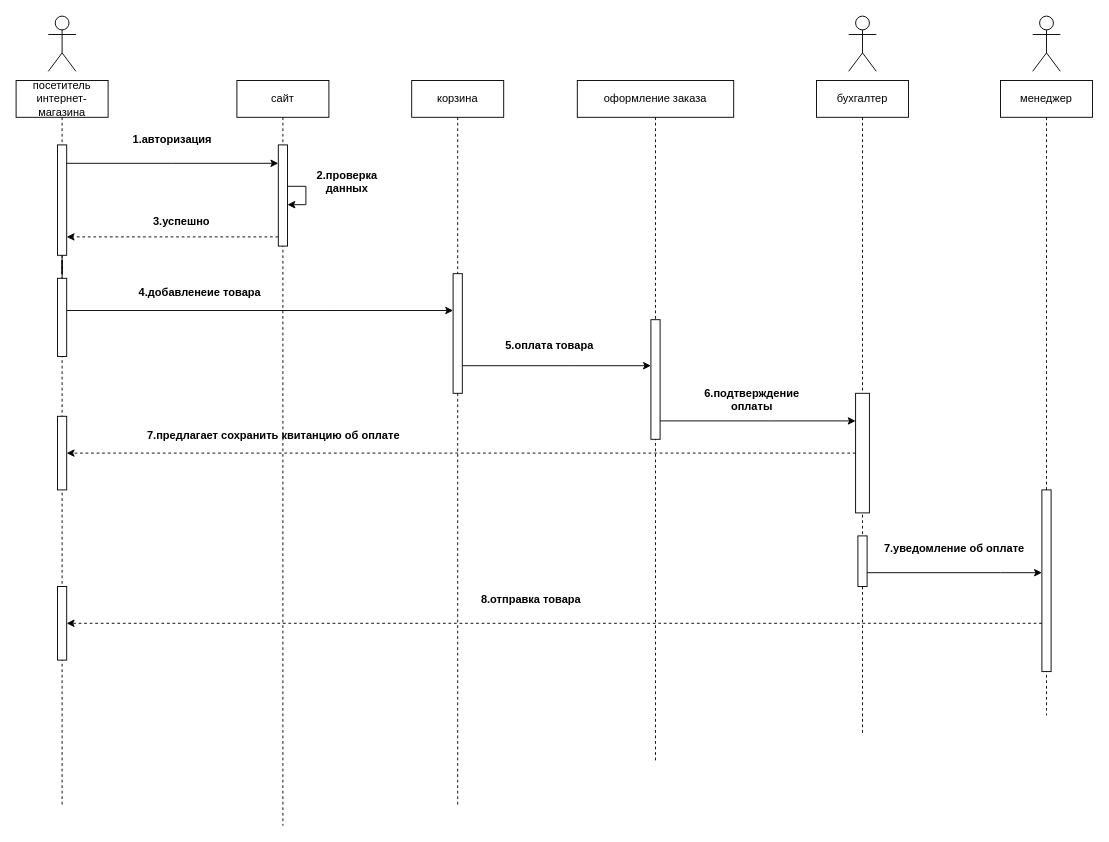
Earlier version of the draw.io diagram sequence_leb.drawio (ValeriaLebedeva/predmetnaya_obl_sequence_diagram). Source tidied: cells renumbered, new cells numbered last; positions are measured from the earlier drawing's top-left corner, leaving out a move shared by most shapes. Both pictures are drawn from the tidied source at 92%, with x=0, y=0 at pixel (16, 16).
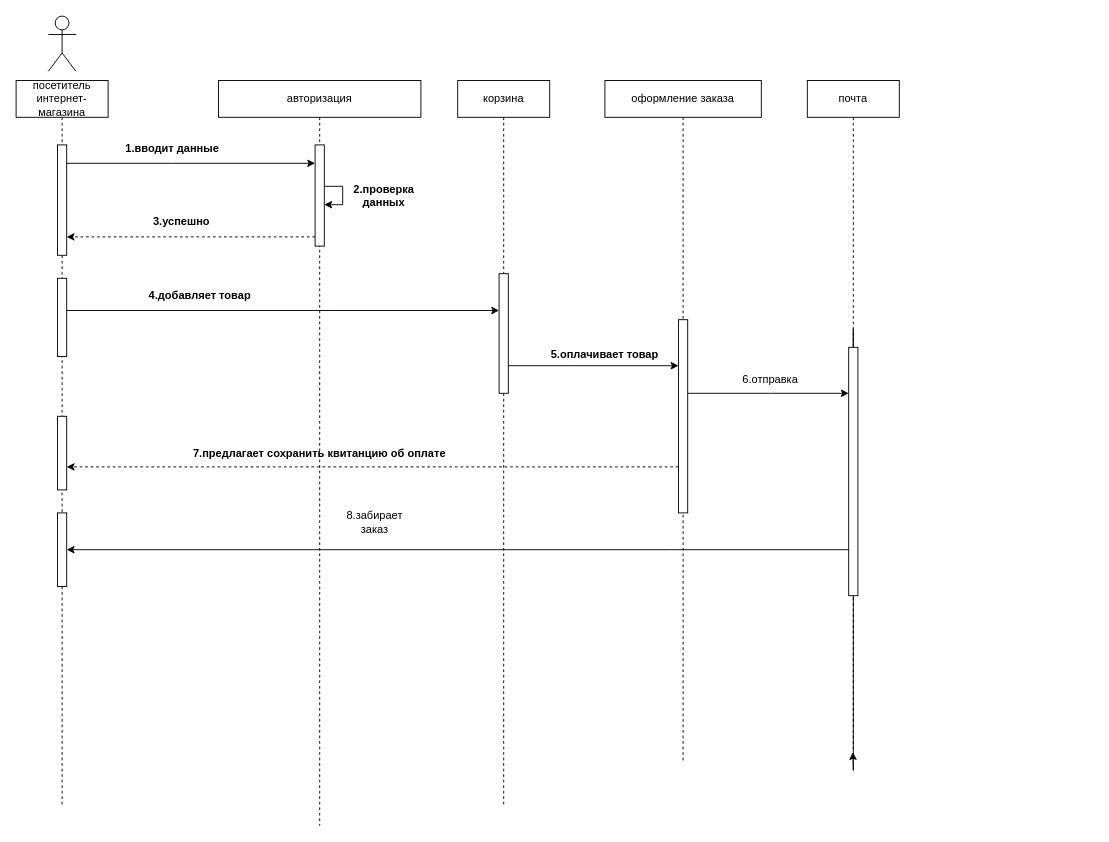
After the change.

Unchanged cells that the change refers to:
```xml
<mxCell id="2" value="посетитель интернет-магазина" style="shape=umlLifeline;perimeter=lifelinePerimeter;whiteSpace=wrap;html=1;" parent="1" vertex="1">
  <mxGeometry y="70" width="100" height="790" as="geometry" />
</mxCell>
<mxCell id="3" style="html=1;points=[];perimeter=orthogonalPerimeter;" parent="2" vertex="1">
  <mxGeometry x="45" y="70" width="10" height="120" as="geometry" />
</mxCell>
<mxCell id="4" style="html=1;points=[];perimeter=orthogonalPerimeter;" parent="2" vertex="1">
  <mxGeometry x="45" y="365" width="10" height="80" as="geometry" />
</mxCell>
<mxCell id="33" style="html=1;points=[];perimeter=orthogonalPerimeter;" parent="1" vertex="1">
  <mxGeometry x="45" y="285" width="10" height="85" as="geometry" />
</mxCell>
```

Change to the diagram source:
```diff
@@
-    <mxCell id="5" style="html=1;points=[];perimeter=orthogonalPerimeter;" parent="2" vertex="1">
-      <mxGeometry x="45" y="550" width="10" height="80" as="geometry" />
-    </mxCell>
+    <mxCell id="40" style="html=1;points=[];perimeter=orthogonalPerimeter;" parent="2" vertex="1">
+      <mxGeometry x="45" y="470" width="10" height="80" as="geometry" />
+    </mxCell>
@@
-    <mxCell id="7" value="сайт" style="shape=umlLifeline;perimeter=lifelinePerimeter;whiteSpace=wrap;html=1;" parent="1" vertex="1">
-      <mxGeometry x="240" y="70" width="100" height="810" as="geometry" />
+    <mxCell id="7" value="авторизация" style="shape=umlLifeline;perimeter=lifelinePerimeter;whiteSpace=wrap;html=1;" parent="1" vertex="1">
+      <mxGeometry x="220" y="70" width="220" height="810" as="geometry" />
     </mxCell>
     <mxCell id="8" style="html=1;points=[];perimeter=orthogonalPerimeter;" parent="7" vertex="1">
-      <mxGeometry x="45" y="70" width="10" height="110" as="geometry" />
+      <mxGeometry x="105" y="70" width="10" height="110" as="geometry" />
     </mxCell>
@@
+    <mxCell id="41" value="8.забирает заказ" style="text;html=1;strokeColor=none;fillColor=none;align=center;verticalAlign=middle;whiteSpace=wrap;rounded=0;" parent="7" vertex="1">
+      <mxGeometry x="140" y="465" width="60" height="30" as="geometry" />
+    </mxCell>
+    <mxCell id="16" value="2.проверка &#10;данных" style="text;align=center;fontStyle=1;verticalAlign=middle;spacingLeft=3;spacingRight=3;strokeColor=none;" parent="7" vertex="1">
+      <mxGeometry x="140" y="112" width="80" height="26" as="geometry" />
+    </mxCell>
+    <mxCell id="26" value="7.предлагает сохранить квитанцию об оплате" style="text;align=center;fontStyle=1;verticalAlign=middle;spacingLeft=3;spacingRight=3;strokeColor=none;" parent="7" vertex="1">
+      <mxGeometry x="70" y="390" width="80" height="30" as="geometry" />
+    </mxCell>
@@
-    <mxCell id="11" value="1.авторизация" style="text;align=center;fontStyle=1;verticalAlign=middle;spacingLeft=3;spacingRight=3;strokeColor=none;" parent="1" vertex="1">
-      <mxGeometry x="130" y="120" width="80" height="26" as="geometry" />
-    </mxCell>
     <mxCell id="12" value="корзина" style="shape=umlLifeline;perimeter=lifelinePerimeter;whiteSpace=wrap;html=1;" parent="1" vertex="1">
-      <mxGeometry x="430" y="70" width="100" height="790" as="geometry" />
+      <mxGeometry x="480" y="70" width="100" height="790" as="geometry" />
     </mxCell>
@@
-    <mxCell id="15" value="4.добавленеие товара" style="text;align=center;fontStyle=1;verticalAlign=middle;spacingLeft=3;spacingRight=3;strokeColor=none;" parent="1" vertex="1">
-      <mxGeometry x="160" y="287" width="80" height="26" as="geometry" />
+    <mxCell id="15" value="4.добавляет товар" style="text;align=center;fontStyle=1;verticalAlign=middle;spacingLeft=3;spacingRight=3;strokeColor=none;" parent="1" vertex="1">
+      <mxGeometry x="160" y="290" width="80" height="26" as="geometry" />
     </mxCell>
-    <mxCell id="16" value="2.проверка &#10;данных" style="text;align=center;fontStyle=1;verticalAlign=middle;spacingLeft=3;spacingRight=3;strokeColor=none;" parent="1" vertex="1">
-      <mxGeometry x="320" y="167" width="80" height="26" as="geometry" />
-    </mxCell>
-    <mxCell id="17" value="бухгалтер" style="shape=umlLifeline;perimeter=lifelinePerimeter;whiteSpace=wrap;html=1;" parent="1" vertex="1">
-      <mxGeometry x="870" y="70" width="100" height="710" as="geometry" />
-    </mxCell>
-    <mxCell id="18" style="html=1;points=[];perimeter=orthogonalPerimeter;" parent="17" vertex="1">
-      <mxGeometry x="42.5" y="340" width="15" height="130" as="geometry" />
-    </mxCell>
-    <mxCell id="19" style="html=1;points=[];perimeter=orthogonalPerimeter;" parent="17" vertex="1">
-      <mxGeometry x="45" y="495" width="10" height="55" as="geometry" />
-    </mxCell>
     <mxCell id="20" value="оформление заказа" style="shape=umlLifeline;perimeter=lifelinePerimeter;whiteSpace=wrap;html=1;" parent="1" vertex="1">
-      <mxGeometry x="610" y="70" width="170" height="740" as="geometry" />
+      <mxGeometry x="640" y="70" width="170" height="740" as="geometry" />
     </mxCell>
     <mxCell id="21" style="html=1;points=[];perimeter=orthogonalPerimeter;" parent="20" vertex="1">
-      <mxGeometry x="80" y="260" width="10" height="130" as="geometry" />
+      <mxGeometry x="80" y="260" width="10" height="210" as="geometry" />
     </mxCell>
+    <mxCell id="23" value="5.оплачивает товар" style="text;align=center;fontStyle=1;verticalAlign=middle;spacingLeft=3;spacingRight=3;strokeColor=none;" parent="20" vertex="1">
+      <mxGeometry x="-40" y="284" width="80" height="26" as="geometry" />
+    </mxCell>
@@
-    <mxCell id="23" value="5.оплата товара" style="text;align=center;fontStyle=1;verticalAlign=middle;spacingLeft=3;spacingRight=3;strokeColor=none;" parent="1" vertex="1">
-      <mxGeometry x="540" y="344" width="80" height="26" as="geometry" />
-    </mxCell>
-    <mxCell id="24" style="edgeStyle=orthogonalEdgeStyle;rounded=0;jettySize=auto;html=1;" parent="1" edge="1" source="21" target="18">
-      <mxGeometry relative="1" as="geometry">
-        <Array as="points">
-          <mxPoint x="820" y="440" />
-          <mxPoint x="820" y="440" />
-        </Array>
-      </mxGeometry>
-    </mxCell>
-    <mxCell id="25" value="6.подтверждение &#10;оплаты" style="text;align=center;fontStyle=1;verticalAlign=middle;spacingLeft=3;spacingRight=3;strokeColor=none;" parent="1" vertex="1">
-      <mxGeometry x="777" y="410" width="46" height="13" as="geometry" />
-    </mxCell>
-    <mxCell id="26" value="7.предлагает сохранить квитанцию об оплате" style="text;align=center;fontStyle=1;verticalAlign=middle;spacingLeft=3;spacingRight=3;strokeColor=none;" parent="1" vertex="1">
-      <mxGeometry x="240" y="440" width="80" height="30" as="geometry" />
-    </mxCell>
-    <mxCell id="27" value="менеджер" style="shape=umlLifeline;perimeter=lifelinePerimeter;whiteSpace=wrap;html=1;" parent="1" vertex="1">
-      <mxGeometry x="1070" y="70" width="100" height="690" as="geometry" />
-    </mxCell>
-    <mxCell id="28" style="html=1;points=[];perimeter=orthogonalPerimeter;" parent="27" vertex="1">
-      <mxGeometry x="45" y="445" width="10" height="197.5" as="geometry" />
-    </mxCell>
-    <mxCell id="29" style="shape=umlActor;verticalLabelPosition=bottom;verticalAlign=top;html=1;" parent="1" vertex="1">
-      <mxGeometry x="905" width="30" height="60" as="geometry" />
-    </mxCell>
-    <mxCell id="30" style="shape=umlActor;verticalLabelPosition=bottom;verticalAlign=top;html=1;" parent="1" vertex="1">
-      <mxGeometry x="1105" width="30" height="60" as="geometry" />
-    </mxCell>
@@
-    <mxCell id="34" style="edgeStyle=orthogonalEdgeStyle;rounded=0;jettySize=auto;html=1;endArrow=none;" parent="1" edge="1" source="3" target="33">
-      <mxGeometry relative="1" as="geometry" />
-    </mxCell>
-    <mxCell id="35" style="edgeStyle=orthogonalEdgeStyle;rounded=0;jettySize=auto;html=1;dashed=1;" parent="1" edge="1" source="18" target="4">
-      <mxGeometry relative="1" as="geometry" />
+    <mxCell id="35" style="edgeStyle=orthogonalEdgeStyle;rounded=0;jettySize=auto;html=1;dashed=1;" parent="1" edge="1" source="21" target="4">
+      <mxGeometry relative="1" as="geometry">
+        <Array as="points">
+          <mxPoint x="210" y="490" />
+          <mxPoint x="210" y="490" />
+        </Array>
+      </mxGeometry>
     </mxCell>
-    <mxCell id="36" style="edgeStyle=orthogonalEdgeStyle;rounded=0;jettySize=auto;html=1;" parent="1" edge="1" source="19" target="28">
-      <mxGeometry relative="1" as="geometry">
-        <Array as="points">
-          <mxPoint x="1070" y="605" />
-          <mxPoint x="1070" y="605" />
-        </Array>
-      </mxGeometry>
-    </mxCell>
-    <mxCell id="37" value="7.уведомление об оплате" style="text;align=center;fontStyle=1;verticalAlign=middle;spacingLeft=3;spacingRight=3;strokeColor=none;" parent="1" vertex="1">
-      <mxGeometry x="980" y="565" width="80" height="26" as="geometry" />
-    </mxCell>
-    <mxCell id="38" style="edgeStyle=orthogonalEdgeStyle;rounded=0;jettySize=auto;html=1;dashed=1;" parent="1" edge="1" source="28" target="5">
-      <mxGeometry relative="1" as="geometry">
-        <Array as="points">
-          <mxPoint x="850" y="660" />
-          <mxPoint x="850" y="660" />
-        </Array>
-      </mxGeometry>
-    </mxCell>
-    <mxCell id="39" value="8.отправка товара" style="text;align=center;fontStyle=1;verticalAlign=middle;spacingLeft=3;spacingRight=3;strokeColor=none;" parent="1" vertex="1">
-      <mxGeometry x="520" y="620" width="80" height="26" as="geometry" />
-    </mxCell>
+    <mxCell id="42" value="почта" style="shape=umlLifeline;perimeter=lifelinePerimeter;whiteSpace=wrap;html=1;outlineConnect=0;" parent="1" vertex="1">
+      <mxGeometry x="860" y="70" width="100" height="730" as="geometry" />
+    </mxCell>
+    <mxCell id="43" style="edgeStyle=orthogonalEdgeStyle;rounded=0;jettySize=auto;html=1;" parent="42" edge="1" source="44" target="42">
+      <mxGeometry relative="1" as="geometry" />
+    </mxCell>
+    <mxCell id="44" style="html=1;points=[];perimeter=orthogonalPerimeter;" parent="42" vertex="1">
+      <mxGeometry x="45" y="290" width="10" height="270" as="geometry" />
+    </mxCell>
+    <mxCell id="45" style="edgeStyle=orthogonalEdgeStyle;rounded=0;jettySize=auto;html=1;" parent="1" edge="1" source="21" target="44">
+      <mxGeometry relative="1" as="geometry">
+        <Array as="points">
+          <mxPoint x="820" y="410" />
+          <mxPoint x="820" y="410" />
+        </Array>
+      </mxGeometry>
+    </mxCell>
+    <mxCell id="46" value="1.вводит данные" style="text;align=center;fontStyle=1;verticalAlign=middle;spacingLeft=3;spacingRight=3;strokeColor=none;" parent="1" vertex="1">
+      <mxGeometry x="130" y="130" width="80" height="26" as="geometry" />
+    </mxCell>
+    <mxCell id="47" style="edgeStyle=orthogonalEdgeStyle;rounded=0;jettySize=auto;html=1;startArrow=classic;startFill=1;endArrow=none;endFill=0;" parent="1" edge="1" source="40" target="44">
+      <mxGeometry relative="1" as="geometry">
+        <Array as="points">
+          <mxPoint x="710" y="580" />
+          <mxPoint x="710" y="580" />
+        </Array>
+      </mxGeometry>
+    </mxCell>
+    <mxCell id="48" value="6.отправка" style="text;html=1;strokeColor=none;fillColor=none;align=center;verticalAlign=middle;whiteSpace=wrap;rounded=0;" parent="1" vertex="1">
+      <mxGeometry x="790" y="380" width="60" height="30" as="geometry" />
+    </mxCell>
```
